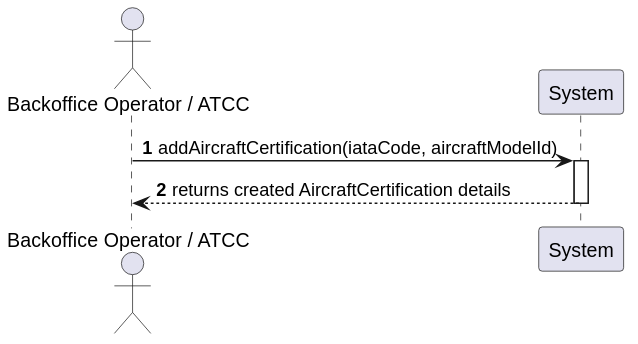
Above: docs/system-documentation/use-cases/WP2A/US106a/svg/ssd_us106a.svg in VascoMagolo/psoft_1231562_1241692_1242036_2db (PlantUML), before the change.
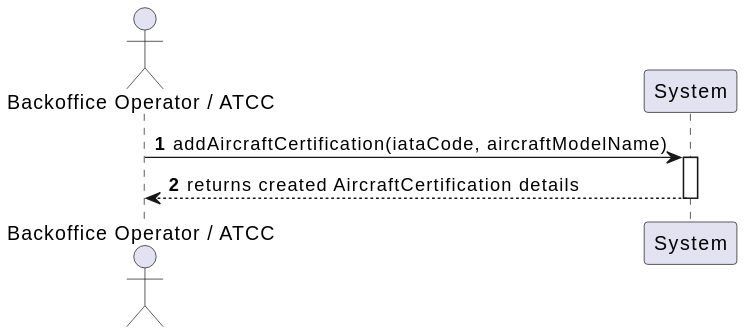
The same file after the commit.

Diff of the diagram source:
```diff
@@ -3,7 +3,7 @@
 actor "Backoffice Operator / ATCC" as Actor
 participant "System" as Sys
 
-Actor -> Sys : addAircraftCertification(iataCode, aircraftModelId)
+Actor -> Sys : addAircraftCertification(iataCode, aircraftModelName)
 activate Sys
 Sys --> Actor : returns created AircraftCertification details
 deactivate Sys
```
